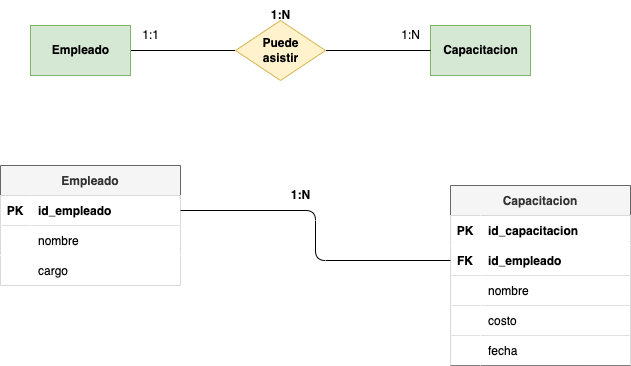
Above: tareas/tarea-3/images/ejercicio10.drawio.png in deylansystem/actividadesBAE (draw.io), before the change. Source tidied: cells renumbered, new cells last; positions are measured from the earlier drawing's top-left corner, leaving out a move shared by most shapes.
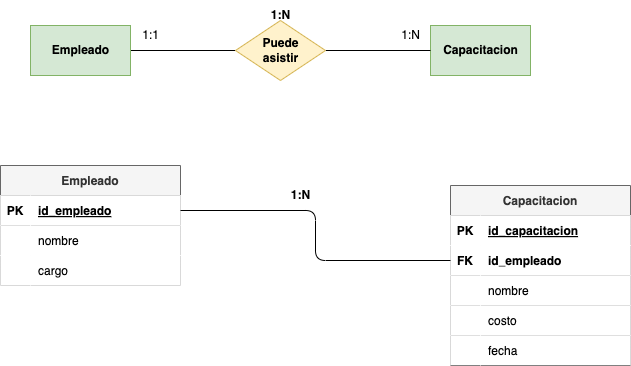
The same diagram one commit later.

Diff of the diagram source:
```diff
@@ -11,7 +11,7 @@
     <mxCell id="4" value="PK" style="shape=partialRectangle;fillColor=#FFFFFF;top=0;left=0;bottom=0;right=0;fontStyle=1;overflow=hidden;fontColor=#000000;" parent="3" vertex="1">
       <mxGeometry width="30" height="30" as="geometry" />
     </mxCell>
-    <mxCell id="5" value="id_empleado" style="shape=partialRectangle;fillColor=#FFFFFF;top=0;left=0;bottom=0;right=0;align=left;spacingLeft=6;fontStyle=1;overflow=hidden;fontColor=#000000;" parent="3" vertex="1">
+    <mxCell id="5" value="id_empleado" style="shape=partialRectangle;fillColor=#FFFFFF;top=0;left=0;bottom=0;right=0;align=left;spacingLeft=6;fontStyle=5;overflow=hidden;fontColor=#000000;" parent="3" vertex="1">
       <mxGeometry x="30" width="150" height="30" as="geometry" />
     </mxCell>
     <mxCell id="6" style="shape=tableRow;horizontal=0;startSize=0;swimlaneHead=0;swimlaneBody=0;fillColor=#FFFFFF;top=0;left=0;right=0;bottom=0;fontColor=#000000;" parent="2" vertex="1">
@@ -41,7 +41,7 @@
     <mxCell id="14" value="PK" style="shape=partialRectangle;fillColor=#FFFFFF;top=0;left=0;bottom=0;right=0;overflow=hidden;fontColor=#000000;fontStyle=1;" parent="13" vertex="1">
       <mxGeometry width="30" height="30" as="geometry" />
     </mxCell>
-    <mxCell id="15" value="id_capacitacion" style="shape=partialRectangle;fillColor=#FFFFFF;top=0;left=0;bottom=0;right=0;align=left;spacingLeft=6;overflow=hidden;fontColor=#000000;fontStyle=1;" parent="13" vertex="1">
+    <mxCell id="15" value="id_capacitacion" style="shape=partialRectangle;fillColor=#FFFFFF;top=0;left=0;bottom=0;right=0;align=left;spacingLeft=6;overflow=hidden;fontColor=#000000;fontStyle=5;" parent="13" vertex="1">
       <mxGeometry x="30" width="150" height="30" as="geometry" />
     </mxCell>
     <mxCell id="16" style="shape=tableRow;horizontal=0;startSize=0;swimlaneHead=0;swimlaneBody=0;fillColor=#FFFFFF;points=[[0,0.5],[1,0.5]];portConstraint=eastwest;top=0;left=0;right=0;bottom=1;fontColor=#000000;" parent="12" vertex="1">
```
